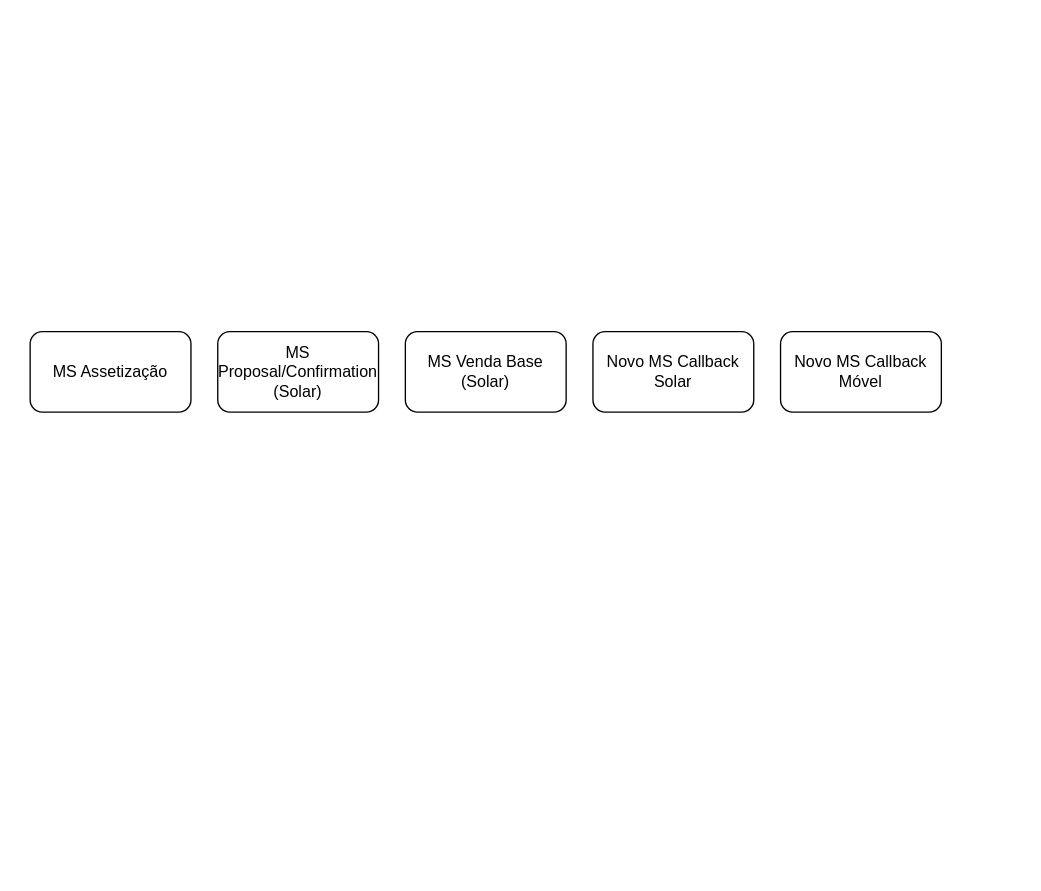
Above: Billing Convergente Residencial.drawio in samirali/ClaroBrasil (draw.io), before the change. Source tidied: cells renumbered, new cells numbered last; positions are measured from the earlier drawing's top-left corner, leaving out a move shared by most shapes. Both pictures are drawn from the tidied source at 134%, with x=0, y=0 at pixel (29, 331).
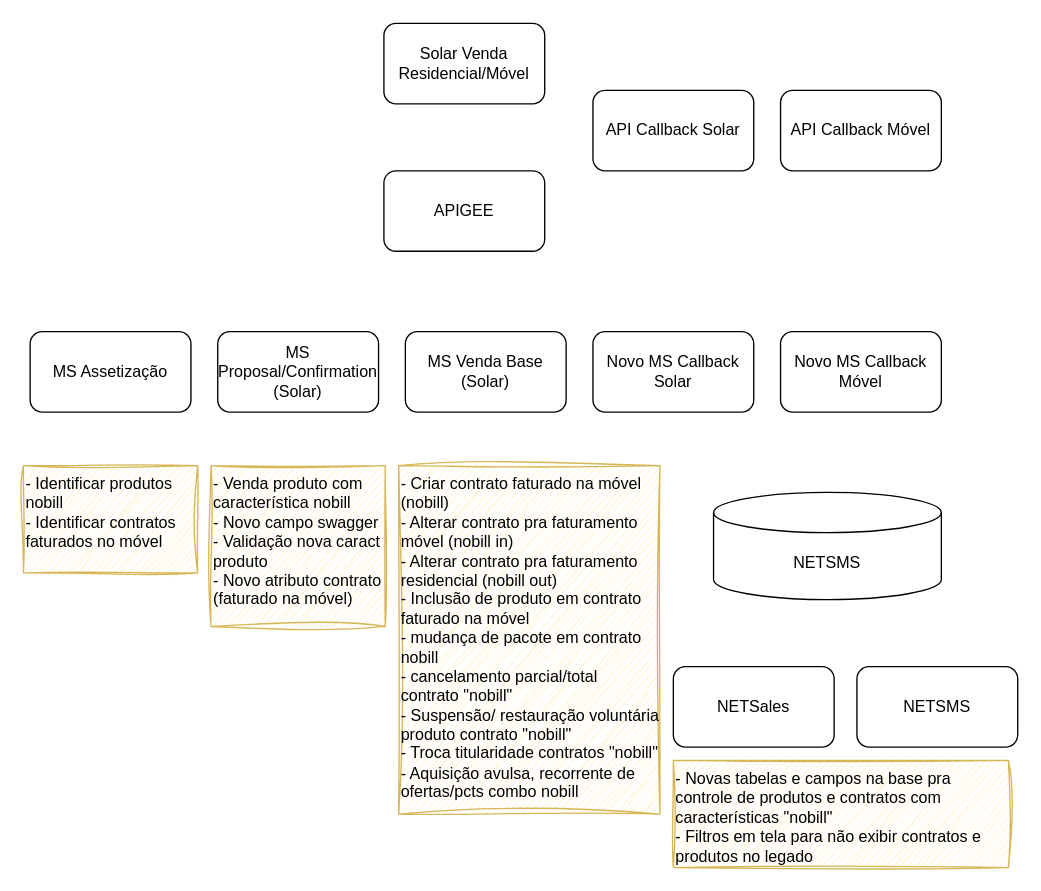
Above is the later version.

The edit, as a diff of the source:
```diff
@@
 <mxGraphModel>
   <root>
     <mxCell id="0" />
     <mxCell id="1" parent="0" />
     <mxCell id="2" value="MS Assetização" style="rounded=1;whiteSpace=wrap;html=1;" parent="1" vertex="1">
       <mxGeometry width="120" height="60" as="geometry" />
     </mxCell>
     <mxCell id="3" value="MS Proposal/Confirmation (Solar)" style="rounded=1;whiteSpace=wrap;html=1;" parent="1" vertex="1">
       <mxGeometry x="140" width="120" height="60" as="geometry" />
     </mxCell>
     <mxCell id="4" value="MS Venda Base (Solar)" style="rounded=1;whiteSpace=wrap;html=1;" parent="1" vertex="1">
       <mxGeometry x="280" width="120" height="60" as="geometry" />
     </mxCell>
     <mxCell id="5" value="Novo MS Callback Solar" style="rounded=1;whiteSpace=wrap;html=1;" parent="1" vertex="1">
       <mxGeometry x="420" width="120" height="60" as="geometry" />
     </mxCell>
     <mxCell id="6" value="Novo MS Callback Móvel" style="rounded=1;whiteSpace=wrap;html=1;" parent="1" vertex="1">
       <mxGeometry x="560" width="120" height="60" as="geometry" />
     </mxCell>
+    <mxCell id="7" value="APIGEE" style="rounded=1;whiteSpace=wrap;html=1;" parent="1" vertex="1">
+      <mxGeometry x="264" y="-120" width="120" height="60" as="geometry" />
+    </mxCell>
+    <mxCell id="8" value="Solar Venda Residencial/Móvel" style="rounded=1;whiteSpace=wrap;html=1;" parent="1" vertex="1">
+      <mxGeometry x="264" y="-230" width="120" height="60" as="geometry" />
+    </mxCell>
+    <mxCell id="9" value="API Callback Solar" style="rounded=1;whiteSpace=wrap;html=1;" parent="1" vertex="1">
+      <mxGeometry x="420" y="-180" width="120" height="60" as="geometry" />
+    </mxCell>
+    <mxCell id="10" value="API Callback Móvel" style="rounded=1;whiteSpace=wrap;html=1;" parent="1" vertex="1">
+      <mxGeometry x="560" y="-180" width="120" height="60" as="geometry" />
+    </mxCell>
+    <mxCell id="11" value="- Identificar produtos nobill&lt;div&gt;- Identificar contratos faturados no móvel&lt;/div&gt;" style="text;html=1;align=left;verticalAlign=top;whiteSpace=wrap;rounded=0;fillColor=#fff2cc;strokeColor=#d6b656;sketch=1;curveFitting=1;jiggle=2;" parent="1" vertex="1">
+      <mxGeometry x="-5" y="100" width="130" height="80" as="geometry" />
+    </mxCell>
+    <mxCell id="12" value="- Venda produto com característica nobill&lt;div&gt;- Novo campo swagger&lt;/div&gt;&lt;div&gt;- Validação nova caract produto&lt;/div&gt;&lt;div&gt;- Novo atributo contrato (faturado na móvel)&lt;/div&gt;" style="text;html=1;align=left;verticalAlign=top;whiteSpace=wrap;rounded=0;fillColor=#fff2cc;strokeColor=#d6b656;sketch=1;curveFitting=1;jiggle=2;" parent="1" vertex="1">
+      <mxGeometry x="135" y="100" width="130" height="120" as="geometry" />
+    </mxCell>
+    <mxCell id="13" value="- Criar contrato faturado na móvel (nobill)&lt;div&gt;- Alterar contrato pra faturamento móvel (nobill in)&lt;/div&gt;&lt;div&gt;- Alterar contrato pra faturamento residencial (nobill out)&lt;/div&gt;&lt;div&gt;- Inclusão de produto em contrato faturado na móvel&lt;/div&gt;&lt;div&gt;- mudança de pacote em contrato nobill&lt;/div&gt;&lt;div&gt;- cancelamento parcial/total contrato &quot;nobill&quot;&lt;/div&gt;&lt;div&gt;- Suspensão/ restauração voluntária produto contrato &quot;nobill&quot;&lt;/div&gt;&lt;div&gt;- Troca titularidade contratos &quot;nobill&quot;&lt;/div&gt;&lt;div&gt;- Aquisição avulsa, recorrente de ofertas/pcts combo nobill&lt;/div&gt;" style="text;html=1;align=left;verticalAlign=top;whiteSpace=wrap;rounded=0;fillColor=#fff2cc;strokeColor=#d6b656;sketch=1;curveFitting=1;jiggle=2;" parent="1" vertex="1">
+      <mxGeometry x="275" y="100" width="195" height="260" as="geometry" />
+    </mxCell>
+    <mxCell id="14" value="NETSMS" style="shape=cylinder3;whiteSpace=wrap;html=1;boundedLbl=1;backgroundOutline=1;size=15;" parent="1" vertex="1">
+      <mxGeometry x="510" y="120" width="170" height="80" as="geometry" />
+    </mxCell>
+    <mxCell id="15" value="NETSales" style="rounded=1;whiteSpace=wrap;html=1;" parent="1" vertex="1">
+      <mxGeometry x="480" y="250" width="120" height="60" as="geometry" />
+    </mxCell>
+    <mxCell id="16" value="NETSMS" style="rounded=1;whiteSpace=wrap;html=1;" parent="1" vertex="1">
+      <mxGeometry x="617" y="250" width="120" height="60" as="geometry" />
+    </mxCell>
+    <mxCell id="17" value="- Novas tabelas e campos na base pra controle de produtos e contratos com características &quot;nobill&quot;&lt;div&gt;- Filtros em tela para não exibir contratos e produtos no legado&lt;/div&gt;" style="text;html=1;align=left;verticalAlign=top;whiteSpace=wrap;rounded=0;fillColor=#fff2cc;strokeColor=#d6b656;sketch=1;curveFitting=1;jiggle=2;" parent="1" vertex="1">
+      <mxGeometry x="480" y="320" width="250" height="80" as="geometry" />
+    </mxCell>
   </root>
 </mxGraphModel>
```
